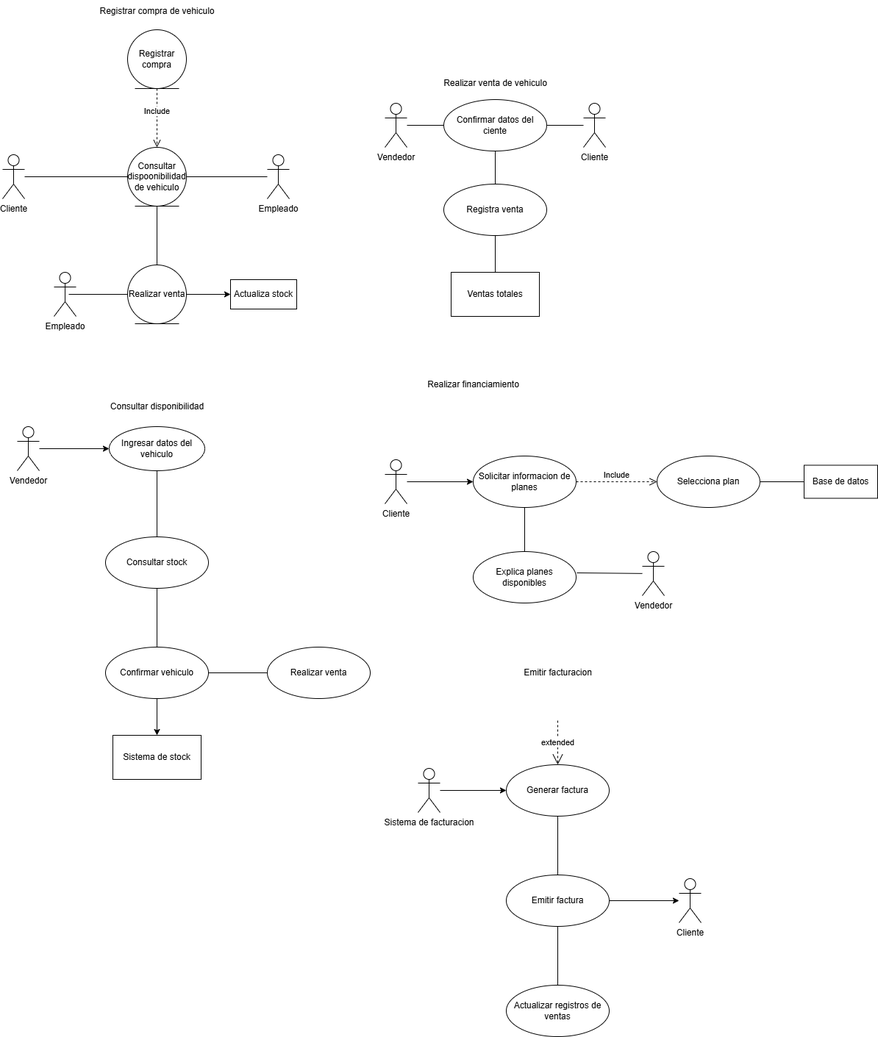
The draw.io diagram Diagramas/Casos de uso/Casos de uso.png in FerLalle/PremiumQuality_AnalisisSistemas, before a commit. Source tidied: cells renumbered, new cells last; positions are measured from the earlier drawing's top-left corner, leaving out a move shared by most shapes.
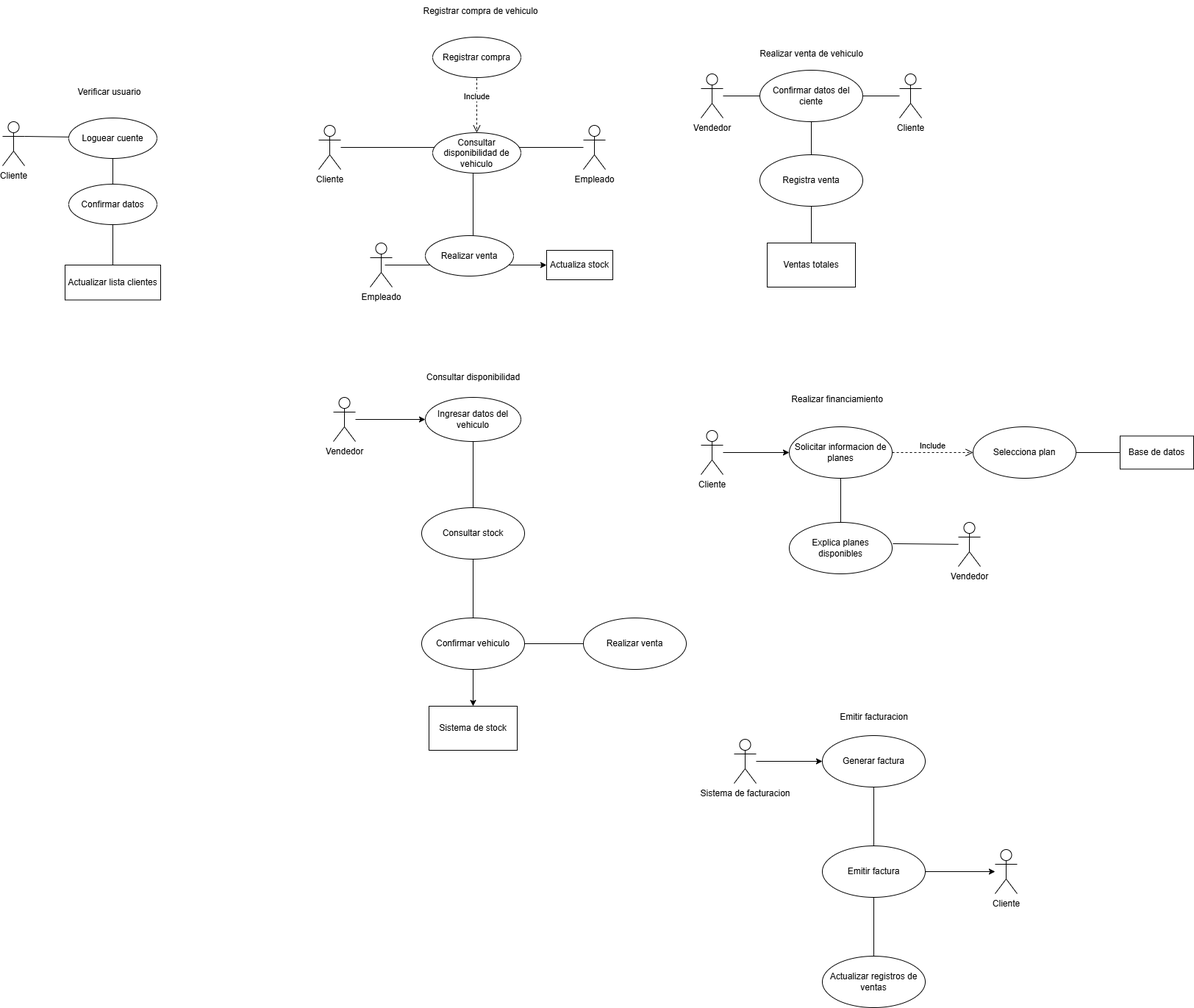
After the change.

The edit, as a diff of the source:
```diff
@@ -1,47 +1,53 @@
-<mxGraphModel background="#ffffff">
+<mxGraphModel>
   <root>
     <mxCell id="0" />
     <mxCell id="1" parent="0" />
-    <mxCell id="2" style="edgeStyle=none;html=1;entryX=0;entryY=0.5;entryDx=0;entryDy=0;endArrow=none;endFill=0;" parent="1" edge="1" source="3" target="6">
-      <mxGeometry relative="1" as="geometry" />
+    <mxCell id="2" style="edgeStyle=none;html=1;entryX=0;entryY=0.5;entryDx=0;entryDy=0;endArrow=none;endFill=0;" parent="1" edge="1" source="3">
+      <mxGeometry relative="1" as="geometry">
+        <mxPoint x="170" y="240" as="targetPoint" />
+      </mxGeometry>
     </mxCell>
+    <mxCell id="61" style="edgeStyle=none;html=1;entryX=1;entryY=0.5;entryDx=0;entryDy=0;endArrow=none;endFill=0;exitX=1;exitY=0.3333333333333333;exitDx=0;exitDy=0;exitPerimeter=0;" parent="1" edge="1" source="66" target="64">
+      <mxGeometry relative="1" as="geometry" />
+    </mxCell>
     <mxCell id="3" value="Cliente" style="shape=umlActor;verticalLabelPosition=bottom;verticalAlign=top;html=1;" parent="1" vertex="1">
       <mxGeometry y="210" width="30" height="60" as="geometry" />
     </mxCell>
-    <mxCell id="4" style="edgeStyle=none;html=1;endArrow=none;endFill=0;" parent="1" edge="1" source="6" target="12">
-      <mxGeometry relative="1" as="geometry" />
+    <mxCell id="4" style="edgeStyle=none;html=1;endArrow=none;endFill=0;exitX=0.458;exitY=0.545;exitDx=0;exitDy=0;exitPerimeter=0;" parent="1" edge="1" source="62">
+      <mxGeometry relative="1" as="geometry">
+        <mxPoint x="210" y="360" as="targetPoint" />
+      </mxGeometry>
     </mxCell>
-    <mxCell id="5" style="edgeStyle=none;html=1;endArrow=none;endFill=0;" parent="1" edge="1" source="6" target="8">
-      <mxGeometry relative="1" as="geometry" />
+    <mxCell id="5" style="edgeStyle=none;html=1;endArrow=none;endFill=0;" parent="1" edge="1" target="8">
+      <mxGeometry relative="1" as="geometry">
+        <mxPoint x="250" y="240" as="sourcePoint" />
+      </mxGeometry>
     </mxCell>
-    <mxCell id="6" value="Consultar dispoonibilidad de vehiculo" style="ellipse;shape=umlEntity;whiteSpace=wrap;html=1;" parent="1" vertex="1">
-      <mxGeometry x="170" y="200" width="80" height="80" as="geometry" />
-    </mxCell>
-    <mxCell id="7" value="Include" style="html=1;verticalAlign=bottom;endArrow=open;dashed=1;endSize=8;curved=0;rounded=0;exitX=0.5;exitY=1;exitDx=0;exitDy=0;entryX=0.5;entryY=0;entryDx=0;entryDy=0;" parent="1" edge="1" source="9" target="6">
-      <mxGeometry relative="1" as="geometry" />
+    <mxCell id="7" value="Include" style="html=1;verticalAlign=bottom;endArrow=open;dashed=1;endSize=8;curved=0;rounded=0;exitX=0.5;exitY=1;exitDx=0;exitDy=0;entryX=0.5;entryY=0;entryDx=0;entryDy=0;" parent="1" edge="1">
+      <mxGeometry relative="1" as="geometry">
+        <mxPoint x="215" y="140" as="sourcePoint" />
+        <mxPoint x="215" y="220" as="targetPoint" />
+      </mxGeometry>
     </mxCell>
     <mxCell id="8" value="Empleado" style="shape=umlActor;verticalLabelPosition=bottom;verticalAlign=top;html=1;" parent="1" vertex="1">
       <mxGeometry x="360" y="210" width="30" height="60" as="geometry" />
     </mxCell>
-    <mxCell id="9" value="Registrar compra" style="ellipse;shape=umlEntity;whiteSpace=wrap;html=1;" parent="1" vertex="1">
-      <mxGeometry x="170" y="40" width="80" height="80" as="geometry" />
-    </mxCell>
-    <mxCell id="10" style="edgeStyle=none;html=1;endArrow=none;endFill=0;" parent="1" edge="1" source="12">
+    <mxCell id="10" style="edgeStyle=none;html=1;endArrow=none;endFill=0;" parent="1" edge="1">
       <mxGeometry relative="1" as="geometry">
+        <mxPoint x="170" y="400" as="sourcePoint" />
         <mxPoint x="90" y="400" as="targetPoint" />
       </mxGeometry>
     </mxCell>
-    <mxCell id="11" style="edgeStyle=none;html=1;" parent="1" edge="1" source="12" target="15">
-      <mxGeometry relative="1" as="geometry" />
+    <mxCell id="11" style="edgeStyle=none;html=1;" parent="1" edge="1" target="15">
+      <mxGeometry relative="1" as="geometry">
+        <mxPoint x="250" y="400" as="sourcePoint" />
+      </mxGeometry>
     </mxCell>
-    <mxCell id="12" value="Realizar venta" style="ellipse;shape=umlEntity;whiteSpace=wrap;html=1;" parent="1" vertex="1">
-      <mxGeometry x="170" y="360" width="80" height="80" as="geometry" />
-    </mxCell>
     <mxCell id="13" value="Empleado" style="shape=umlActor;verticalLabelPosition=bottom;verticalAlign=top;html=1;" parent="1" vertex="1">
       <mxGeometry x="70" y="370" width="30" height="60" as="geometry" />
     </mxCell>
     <mxCell id="14" value="Registrar compra de vehiculo" style="text;html=1;align=center;verticalAlign=middle;strokeColor=none;fillColor=none;" parent="1" vertex="1">
-      <mxGeometry x="120" width="180" height="30" as="geometry" />
+      <mxGeometry x="130" y="40" width="180" height="30" as="geometry" />
     </mxCell>
     <mxCell id="15" value="Actualiza stock" style="whiteSpace=wrap;html=1;" parent="1" vertex="1">
       <mxGeometry x="310" y="380" width="90" height="40" as="geometry" />
@@ -113,7 +119,7 @@
       <mxGeometry x="590" y="98" width="160" height="30" as="geometry" />
     </mxCell>
     <mxCell id="38" value="Realizar financiamiento" style="text;html=1;align=center;verticalAlign=middle;strokeColor=none;fillColor=none;" parent="1" vertex="1">
-      <mxGeometry x="565" y="508" width="150" height="30" as="geometry" />
+      <mxGeometry x="630" y="568" width="150" height="30" as="geometry" />
     </mxCell>
     <mxCell id="39" style="edgeStyle=none;html=1;entryX=0;entryY=0.5;entryDx=0;entryDy=0;" parent="1" edge="1" source="40" target="42">
       <mxGeometry relative="1" as="geometry" />
@@ -149,7 +155,7 @@
       <mxGeometry x="1090" y="632.5" width="100" height="45" as="geometry" />
     </mxCell>
     <mxCell id="50" value="Emitir facturacion" style="text;html=1;align=center;verticalAlign=middle;strokeColor=none;fillColor=none;" parent="1" vertex="1">
-      <mxGeometry x="695" y="900" width="120" height="30" as="geometry" />
+      <mxGeometry x="695" y="1000" width="120" height="30" as="geometry" />
     </mxCell>
     <mxCell id="51" style="edgeStyle=none;html=1;entryX=0;entryY=0.5;entryDx=0;entryDy=0;" parent="1" edge="1" source="52" target="54">
       <mxGeometry relative="1" as="geometry" />
@@ -163,11 +169,6 @@
     <mxCell id="54" value="Generar factura" style="ellipse;whiteSpace=wrap;html=1;" parent="1" vertex="1">
       <mxGeometry x="685" y="1040" width="140" height="70" as="geometry" />
     </mxCell>
-    <mxCell id="55" value="extended" style="endArrow=open;endSize=12;dashed=1;html=1;entryX=0.5;entryY=0;entryDx=0;entryDy=0;" parent="1" edge="1" target="54">
-      <mxGeometry relative="1" as="geometry">
-        <mxPoint x="755" y="980" as="sourcePoint" />
-      </mxGeometry>
-    </mxCell>
     <mxCell id="56" style="edgeStyle=none;html=1;endArrow=none;endFill=0;" parent="1" edge="1" source="58" target="59">
       <mxGeometry relative="1" as="geometry" />
     </mxCell>
@@ -183,5 +184,35 @@
     <mxCell id="60" value="Cliente" style="shape=umlActor;verticalLabelPosition=bottom;verticalAlign=top;html=1;" parent="1" vertex="1">
       <mxGeometry x="920" y="1195" width="30" height="60" as="geometry" />
     </mxCell>
+    <mxCell id="9" value="Registrar compra" style="ellipse;whiteSpace=wrap;html=1;" parent="1" vertex="1">
+      <mxGeometry x="155" y="90" width="120" height="55" as="geometry" />
+    </mxCell>
+    <mxCell id="12" value="Realizar venta" style="ellipse;whiteSpace=wrap;html=1;" parent="1" vertex="1">
+      <mxGeometry x="145" y="360" width="120" height="55" as="geometry" />
+    </mxCell>
+    <mxCell id="62" value="Consultar disponibilidad de vehiculo" style="ellipse;whiteSpace=wrap;html=1;" parent="1" vertex="1">
+      <mxGeometry x="155" y="220" width="120" height="55" as="geometry" />
+    </mxCell>
+    <mxCell id="63" style="edgeStyle=none;html=1;endArrow=none;endFill=0;" parent="1" edge="1" source="64" target="68">
+      <mxGeometry relative="1" as="geometry" />
+    </mxCell>
+    <mxCell id="64" value="Loguear cuente" style="ellipse;whiteSpace=wrap;html=1;" parent="1" vertex="1">
+      <mxGeometry x="-340" y="200" width="120" height="55" as="geometry" />
+    </mxCell>
+    <mxCell id="65" value="Verificar usuario" style="text;html=1;align=center;verticalAlign=middle;strokeColor=none;fillColor=none;" parent="1" vertex="1">
+      <mxGeometry x="-340" y="150" width="110" height="30" as="geometry" />
+    </mxCell>
+    <mxCell id="66" value="Cliente" style="shape=umlActor;verticalLabelPosition=bottom;verticalAlign=top;html=1;" parent="1" vertex="1">
+      <mxGeometry x="-430" y="205" width="30" height="60" as="geometry" />
+    </mxCell>
+    <mxCell id="67" style="edgeStyle=none;html=1;endArrow=none;endFill=0;" parent="1" edge="1" source="68" target="69">
+      <mxGeometry relative="1" as="geometry" />
+    </mxCell>
+    <mxCell id="68" value="Confirmar datos" style="ellipse;whiteSpace=wrap;html=1;" parent="1" vertex="1">
+      <mxGeometry x="-340" y="290" width="120" height="55" as="geometry" />
+    </mxCell>
+    <mxCell id="69" value="Actualizar lista clientes" style="whiteSpace=wrap;html=1;" parent="1" vertex="1">
+      <mxGeometry x="-345" y="400" width="130" height="47.5" as="geometry" />
+    </mxCell>
   </root>
 </mxGraphModel>
```
